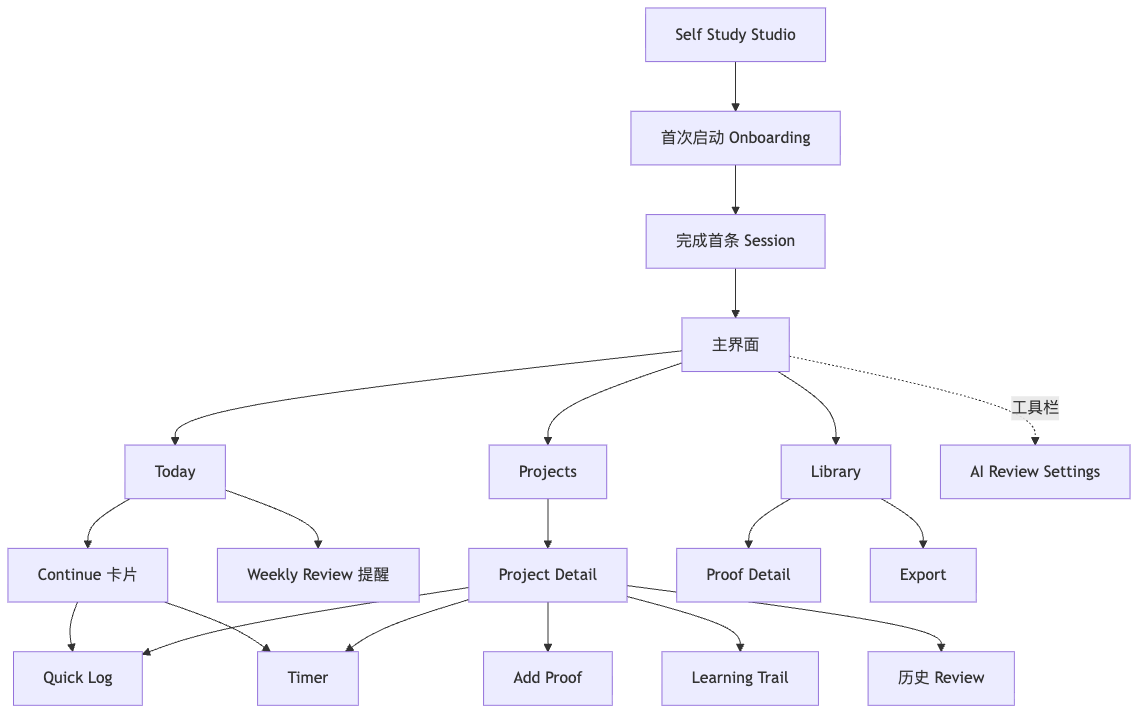
Above: diagrams/product-information-architecture.png in Panhe-C/self-study-studio (Mermaid), before the change. Its source is kept beside it as diagrams/product-information-architecture.mmd. Its diagram source:
```mermaid
flowchart TD
  APP[Self Study Studio] --> O[首次启动 Onboarding]
  O --> F[完成首条 Session]
  F --> ROOT[主界面]
  ROOT --> TODAY[Today]
  ROOT --> PROJECTS[Projects]
  ROOT --> LIBRARY[Library]
  TODAY --> CONTINUE[Continue 卡片]
  CONTINUE --> QUICK[Quick Log]
  CONTINUE --> TIMER[Timer]
  TODAY --> REVIEW[Weekly Review 提醒]
  PROJECTS --> DETAIL[Project Detail]
  DETAIL --> QUICK
  DETAIL --> TIMER
  DETAIL --> PROOF[Add Proof]
  DETAIL --> TRAIL[Learning Trail]
  DETAIL --> HISTORY[历史 Review]
  LIBRARY --> PROOFDETAIL[Proof Detail]
  LIBRARY --> EXPORT[Export]
  ROOT -.工具栏.-> SETTINGS[AI Review Settings]
```
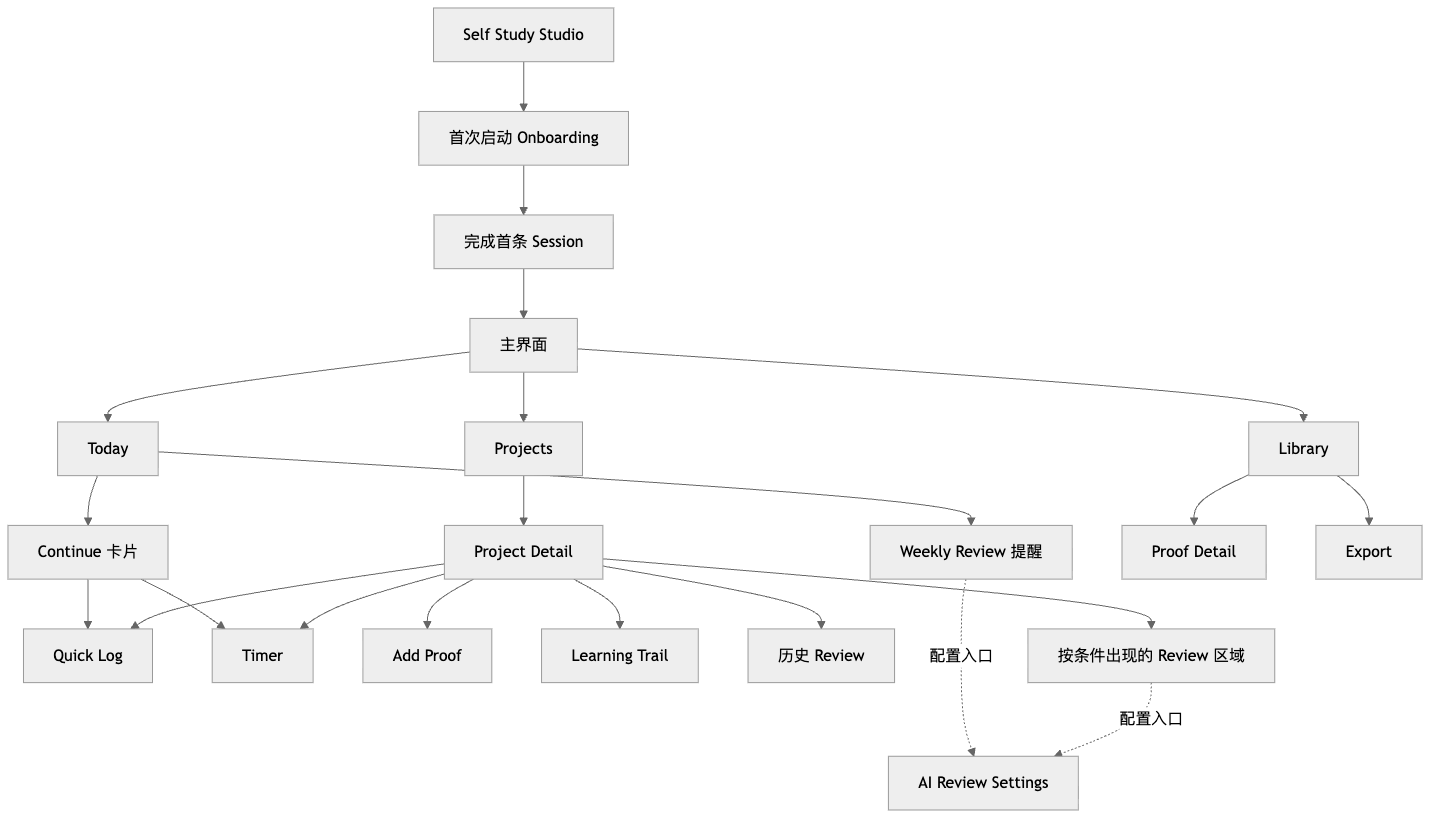
After the commit.

The edit, as a diff of the source:
```diff
@@ -15,6 +15,8 @@
   DETAIL --> PROOF[Add Proof]
   DETAIL --> TRAIL[Learning Trail]
   DETAIL --> HISTORY[历史 Review]
+  DETAIL --> PROJECTREVIEW[按条件出现的 Review 区域]
   LIBRARY --> PROOFDETAIL[Proof Detail]
   LIBRARY --> EXPORT[Export]
-  ROOT -.工具栏.-> SETTINGS[AI Review Settings]
+  REVIEW -.配置入口.-> SETTINGS[AI Review Settings]
+  PROJECTREVIEW -.配置入口.-> SETTINGS
```
